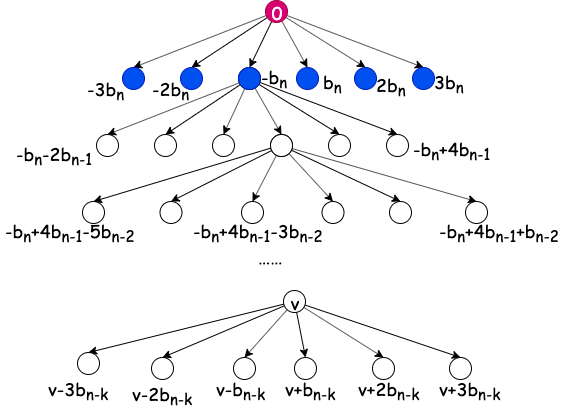
Earlier version of the draw.io export BKZ-intro-ppt/files/BKZ-Searching-Tree.png (yczhangsjtu/Report-BKZ-algorithm). Source tidied: cells renumbered, new cells last; positions are measured from the earlier drawing's top-left corner, leaving out a move shared by most shapes.
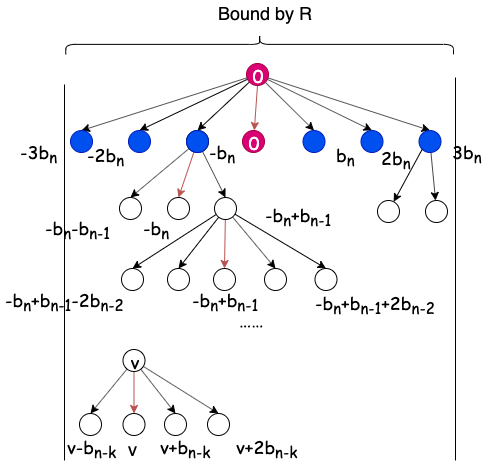
Later version of the same file.

Diff of the diagram source:
```diff
@@ -22,80 +22,61 @@
     <mxCell id="7" style="edgeStyle=none;rounded=0;jettySize=auto;html=1;fontFamily=Comic Sans MS;fontSize=18;entryX=0.5;entryY=0;entryDx=0;entryDy=0;" parent="1" edge="1" source="8" target="14">
       <mxGeometry relative="1" as="geometry" />
     </mxCell>
+    <mxCell id="72" style="rounded=0;jettySize=auto;html=1;exitX=0.5;exitY=1;exitDx=0;exitDy=0;fontSize=18;fillColor=#f8cecc;strokeColor=#b85450;" parent="1" edge="1" source="8" target="76">
+      <mxGeometry relative="1" as="geometry" />
+    </mxCell>
     <mxCell id="8" value="0" style="ellipse;whiteSpace=wrap;html=1;fillColor=#d80073;fontFamily=Comic Sans MS;fontSize=18;strokeColor=#A50040;fontColor=#ffffff;" parent="1" vertex="1">
       <mxGeometry x="265" width="22" height="22" as="geometry" />
     </mxCell>
     <mxCell id="9" style="ellipse;whiteSpace=wrap;html=1;fillColor=#0050ef;fontFamily=Comic Sans MS;fontSize=18;strokeColor=#001DBC;fontColor=#ffffff;" parent="1" vertex="1">
-      <mxGeometry x="122" y="67" width="22" height="22" as="geometry" />
+      <mxGeometry x="89" y="67" width="22" height="22" as="geometry" />
     </mxCell>
     <mxCell id="10" style="ellipse;whiteSpace=wrap;html=1;fillColor=#0050ef;fontFamily=Comic Sans MS;fontSize=18;strokeColor=#001DBC;fontColor=#ffffff;" parent="1" vertex="1">
-      <mxGeometry x="180" y="67" width="22" height="22" as="geometry" />
+      <mxGeometry x="147" y="67" width="22" height="22" as="geometry" />
     </mxCell>
     <mxCell id="11" style="ellipse;whiteSpace=wrap;html=1;fillColor=#ffffff;fontFamily=Comic Sans MS;fontSize=18;" parent="1" vertex="1">
-      <mxGeometry x="238" y="67" width="22" height="22" as="geometry" />
+      <mxGeometry x="205" y="67" width="22" height="22" as="geometry" />
     </mxCell>
     <mxCell id="12" style="ellipse;whiteSpace=wrap;html=1;fillColor=#0050ef;fontFamily=Comic Sans MS;fontSize=18;strokeColor=#001DBC;fontColor=#ffffff;" parent="1" vertex="1">
-      <mxGeometry x="296" y="67" width="22" height="22" as="geometry" />
+      <mxGeometry x="321.5" y="67" width="22" height="22" as="geometry" />
     </mxCell>
     <mxCell id="13" style="ellipse;whiteSpace=wrap;html=1;fillColor=#0050ef;fontFamily=Comic Sans MS;fontSize=18;strokeColor=#001DBC;fontColor=#ffffff;" parent="1" vertex="1">
-      <mxGeometry x="354" y="67" width="22" height="22" as="geometry" />
+      <mxGeometry x="379.5" y="67" width="22" height="22" as="geometry" />
     </mxCell>
+    <mxCell id="73" style="edgeStyle=none;rounded=0;jettySize=auto;html=1;fontSize=18;exitX=0;exitY=1;exitDx=0;exitDy=0;" parent="1" edge="1" source="14" target="80">
+      <mxGeometry relative="1" as="geometry" />
+    </mxCell>
+    <mxCell id="74" style="edgeStyle=none;rounded=0;jettySize=auto;html=1;fontSize=18;" parent="1" edge="1" source="14" target="81">
+      <mxGeometry relative="1" as="geometry" />
+    </mxCell>
     <mxCell id="14" style="ellipse;whiteSpace=wrap;html=1;fillColor=#0050ef;fontFamily=Comic Sans MS;fontSize=18;strokeColor=#001DBC;fontColor=#ffffff;" parent="1" vertex="1">
-      <mxGeometry x="412" y="67" width="22" height="22" as="geometry" />
+      <mxGeometry x="437.5" y="67" width="22" height="22" as="geometry" />
     </mxCell>
-    <mxCell id="15" style="rounded=0;jettySize=auto;html=1;entryX=0.5;entryY=0;entryDx=0;entryDy=0;fontFamily=Comic Sans MS;fontSize=18;" parent="1" edge="1" target="22">
-      <mxGeometry relative="1" as="geometry">
-        <mxPoint x="250" y="78" as="sourcePoint" />
-      </mxGeometry>
-    </mxCell>
     <mxCell id="16" style="edgeStyle=none;rounded=0;jettySize=auto;html=1;fontFamily=Comic Sans MS;fontSize=18;entryX=0.5;entryY=0;entryDx=0;entryDy=0;" parent="1" edge="1" source="21" target="23">
       <mxGeometry relative="1" as="geometry" />
     </mxCell>
-    <mxCell id="17" style="edgeStyle=none;rounded=0;jettySize=auto;html=1;fontFamily=Comic Sans MS;fontSize=18;entryX=0.5;entryY=0;entryDx=0;entryDy=0;" parent="1" edge="1" source="21" target="24">
+    <mxCell id="17" style="edgeStyle=none;rounded=0;jettySize=auto;html=1;fontFamily=Comic Sans MS;fontSize=18;entryX=0.5;entryY=0;entryDx=0;entryDy=0;fillColor=#f8cecc;strokeColor=#b85450;" parent="1" edge="1" source="21" target="24">
       <mxGeometry relative="1" as="geometry" />
     </mxCell>
-    <mxCell id="18" style="edgeStyle=none;rounded=0;jettySize=auto;html=1;fontFamily=Comic Sans MS;fontSize=18;entryX=0.5;entryY=0;entryDx=0;entryDy=0;" parent="1" edge="1" source="21" target="25">
+    <mxCell id="18" style="edgeStyle=none;rounded=0;jettySize=auto;html=1;fontFamily=Comic Sans MS;fontSize=18;entryX=0.5;entryY=0;entryDx=0;entryDy=0;" parent="1" edge="1" source="21" target="34">
       <mxGeometry relative="1" as="geometry" />
     </mxCell>
-    <mxCell id="19" style="edgeStyle=none;rounded=0;jettySize=auto;html=1;fontFamily=Comic Sans MS;fontSize=18;entryX=0.5;entryY=0;entryDx=0;entryDy=0;" parent="1" edge="1" source="21" target="26">
-      <mxGeometry relative="1" as="geometry" />
-    </mxCell>
-    <mxCell id="20" style="edgeStyle=none;rounded=0;jettySize=auto;html=1;fontFamily=Comic Sans MS;fontSize=18;entryX=0.5;entryY=0;entryDx=0;entryDy=0;" parent="1" edge="1" source="21" target="27">
-      <mxGeometry relative="1" as="geometry" />
-    </mxCell>
     <mxCell id="21" style="ellipse;whiteSpace=wrap;html=1;fillColor=#0050ef;fontFamily=Comic Sans MS;fontSize=18;strokeColor=#001DBC;fontColor=#ffffff;" parent="1" vertex="1">
-      <mxGeometry x="238" y="67" width="22" height="22" as="geometry" />
+      <mxGeometry x="205" y="67" width="22" height="22" as="geometry" />
     </mxCell>
-    <mxCell id="22" style="ellipse;whiteSpace=wrap;html=1;fillColor=#ffffff;fontFamily=Comic Sans MS;fontSize=18;" parent="1" vertex="1">
-      <mxGeometry x="96" y="134" width="22" height="22" as="geometry" />
-    </mxCell>
     <mxCell id="23" style="ellipse;whiteSpace=wrap;html=1;fillColor=#ffffff;fontFamily=Comic Sans MS;fontSize=18;" parent="1" vertex="1">
-      <mxGeometry x="154" y="134" width="22" height="22" as="geometry" />
+      <mxGeometry x="138" y="134" width="22" height="22" as="geometry" />
     </mxCell>
     <mxCell id="24" style="ellipse;whiteSpace=wrap;html=1;fillColor=#ffffff;fontFamily=Comic Sans MS;fontSize=18;" parent="1" vertex="1">
-      <mxGeometry x="212" y="134" width="22" height="22" as="geometry" />
+      <mxGeometry x="186" y="134" width="22" height="22" as="geometry" />
     </mxCell>
-    <mxCell id="25" style="ellipse;whiteSpace=wrap;html=1;fillColor=#ffffff;fontFamily=Comic Sans MS;fontSize=18;" parent="1" vertex="1">
-      <mxGeometry x="270" y="134" width="22" height="22" as="geometry" />
-    </mxCell>
-    <mxCell id="26" style="ellipse;whiteSpace=wrap;html=1;fillColor=#ffffff;fontFamily=Comic Sans MS;fontSize=18;" parent="1" vertex="1">
-      <mxGeometry x="328" y="134" width="22" height="22" as="geometry" />
-    </mxCell>
-    <mxCell id="27" style="ellipse;whiteSpace=wrap;html=1;fillColor=#ffffff;fontFamily=Comic Sans MS;fontSize=18;" parent="1" vertex="1">
-      <mxGeometry x="386" y="134" width="22" height="22" as="geometry" />
-    </mxCell>
-    <mxCell id="28" style="rounded=0;jettySize=auto;html=1;entryX=0.5;entryY=0;entryDx=0;entryDy=0;fontFamily=Comic Sans MS;fontSize=18;" parent="1" edge="1" target="35">
-      <mxGeometry relative="1" as="geometry">
-        <mxPoint x="279" y="145" as="sourcePoint" />
-      </mxGeometry>
+    <mxCell id="28" style="rounded=0;jettySize=auto;html=1;entryX=0.5;entryY=0;entryDx=0;entryDy=0;fontFamily=Comic Sans MS;fontSize=18;" parent="1" edge="1" source="34" target="35">
+      <mxGeometry relative="1" as="geometry" />
     </mxCell>
     <mxCell id="29" style="edgeStyle=none;rounded=0;jettySize=auto;html=1;fontFamily=Comic Sans MS;fontSize=18;entryX=0.5;entryY=0;entryDx=0;entryDy=0;" parent="1" edge="1" source="34" target="36">
       <mxGeometry relative="1" as="geometry" />
     </mxCell>
-    <mxCell id="30" style="edgeStyle=none;rounded=0;jettySize=auto;html=1;fontFamily=Comic Sans MS;fontSize=18;entryX=0.5;entryY=0;entryDx=0;entryDy=0;" parent="1" edge="1" source="34" target="37">
-      <mxGeometry relative="1" as="geometry" />
-    </mxCell>
-    <mxCell id="31" style="edgeStyle=none;rounded=0;jettySize=auto;html=1;fontFamily=Comic Sans MS;fontSize=18;entryX=0.5;entryY=0;entryDx=0;entryDy=0;" parent="1" edge="1" source="34" target="38">
+    <mxCell id="31" style="edgeStyle=none;rounded=0;jettySize=auto;html=1;fontFamily=Comic Sans MS;fontSize=18;entryX=0.5;entryY=0;entryDx=0;entryDy=0;fillColor=#f8cecc;strokeColor=#b85450;" parent="1" edge="1" source="34" target="38">
       <mxGeometry relative="1" as="geometry" />
     </mxCell>
     <mxCell id="32" style="edgeStyle=none;rounded=0;jettySize=auto;html=1;fontFamily=Comic Sans MS;fontSize=18;entryX=0.5;entryY=0;entryDx=0;entryDy=0;" parent="1" edge="1" source="34" target="39">
@@ -105,37 +86,26 @@
       <mxGeometry relative="1" as="geometry" />
     </mxCell>
     <mxCell id="34" style="ellipse;whiteSpace=wrap;html=1;fillColor=#ffffff;fontFamily=Comic Sans MS;fontSize=18;" parent="1" vertex="1">
-      <mxGeometry x="270" y="134" width="22" height="22" as="geometry" />
+      <mxGeometry x="233" y="134" width="22" height="22" as="geometry" />
     </mxCell>
     <mxCell id="35" style="ellipse;whiteSpace=wrap;html=1;fillColor=#ffffff;fontFamily=Comic Sans MS;fontSize=18;" parent="1" vertex="1">
-      <mxGeometry x="82" y="201" width="22" height="22" as="geometry" />
+      <mxGeometry x="140" y="205" width="22" height="22" as="geometry" />
     </mxCell>
     <mxCell id="36" style="ellipse;whiteSpace=wrap;html=1;fillColor=#ffffff;fontFamily=Comic Sans MS;fontSize=18;" parent="1" vertex="1">
-      <mxGeometry x="159.5" y="201" width="22" height="22" as="geometry" />
+      <mxGeometry x="186" y="205" width="22" height="22" as="geometry" />
     </mxCell>
-    <mxCell id="37" style="ellipse;whiteSpace=wrap;html=1;fillColor=#ffffff;fontFamily=Comic Sans MS;fontSize=18;" parent="1" vertex="1">
-      <mxGeometry x="241" y="201" width="22" height="22" as="geometry" />
-    </mxCell>
     <mxCell id="38" style="ellipse;whiteSpace=wrap;html=1;fillColor=#ffffff;fontFamily=Comic Sans MS;fontSize=18;" parent="1" vertex="1">
-      <mxGeometry x="321.5" y="201" width="22" height="22" as="geometry" />
+      <mxGeometry x="232" y="205" width="22" height="22" as="geometry" />
     </mxCell>
     <mxCell id="39" style="ellipse;whiteSpace=wrap;html=1;fillColor=#ffffff;fontFamily=Comic Sans MS;fontSize=18;" parent="1" vertex="1">
-      <mxGeometry x="389" y="201" width="22" height="22" as="geometry" />
+      <mxGeometry x="283" y="205" width="22" height="22" as="geometry" />
     </mxCell>
     <mxCell id="40" style="ellipse;whiteSpace=wrap;html=1;fillColor=#ffffff;fontFamily=Comic Sans MS;fontSize=18;" parent="1" vertex="1">
-      <mxGeometry x="465" y="201" width="22" height="22" as="geometry" />
+      <mxGeometry x="333.5" y="205" width="22" height="22" as="geometry" />
     </mxCell>
     <mxCell id="41" value="……" style="text;html=1;align=center;verticalAlign=middle;fontSize=18;fontFamily=Comic Sans MS;" parent="1" vertex="1">
       <mxGeometry x="253" y="242" width="34" height="26" as="geometry" />
     </mxCell>
-    <mxCell id="42" style="rounded=0;jettySize=auto;html=1;entryX=0.5;entryY=0;entryDx=0;entryDy=0;fontFamily=Comic Sans MS;fontSize=18;" parent="1" edge="1" target="49">
-      <mxGeometry relative="1" as="geometry">
-        <mxPoint x="294" y="301" as="sourcePoint" />
-      </mxGeometry>
-    </mxCell>
-    <mxCell id="43" style="edgeStyle=none;rounded=0;jettySize=auto;html=1;fontFamily=Comic Sans MS;fontSize=18;entryX=0.5;entryY=0;entryDx=0;entryDy=0;" parent="1" edge="1" source="48" target="50">
-      <mxGeometry relative="1" as="geometry" />
-    </mxCell>
     <mxCell id="44" style="edgeStyle=none;rounded=0;jettySize=auto;html=1;fontFamily=Comic Sans MS;fontSize=18;entryX=0.5;entryY=0;entryDx=0;entryDy=0;" parent="1" edge="1" source="48" target="51">
       <mxGeometry relative="1" as="geometry" />
     </mxCell>
@@ -145,80 +115,98 @@
     <mxCell id="46" style="edgeStyle=none;rounded=0;jettySize=auto;html=1;fontFamily=Comic Sans MS;fontSize=18;entryX=0.5;entryY=0;entryDx=0;entryDy=0;" parent="1" edge="1" source="48" target="53">
       <mxGeometry relative="1" as="geometry" />
     </mxCell>
-    <mxCell id="47" style="edgeStyle=none;rounded=0;jettySize=auto;html=1;fontFamily=Comic Sans MS;fontSize=18;entryX=0.5;entryY=0;entryDx=0;entryDy=0;" parent="1" edge="1" source="48" target="54">
-      <mxGeometry relative="1" as="geometry" />
-    </mxCell>
+    <mxCell id="75" style="edgeStyle=none;rounded=0;jettySize=auto;html=1;fontSize=18;fillColor=#f8cecc;strokeColor=#b85450;" parent="1" edge="1" source="48" target="77">
+      <mxGeometry relative="1" as="geometry" />
+    </mxCell>
     <mxCell id="48" value="v" style="ellipse;whiteSpace=wrap;html=1;fillColor=#ffffff;fontFamily=Comic Sans MS;fontSize=18;" parent="1" vertex="1">
-      <mxGeometry x="283" y="290" width="22" height="22" as="geometry" />
+      <mxGeometry x="141.5" y="286" width="22" height="22" as="geometry" />
     </mxCell>
-    <mxCell id="49" style="ellipse;whiteSpace=wrap;html=1;fillColor=#ffffff;fontFamily=Comic Sans MS;fontSize=18;" parent="1" vertex="1">
-      <mxGeometry x="77" y="352" width="22" height="22" as="geometry" />
-    </mxCell>
-    <mxCell id="50" style="ellipse;whiteSpace=wrap;html=1;fillColor=#ffffff;fontFamily=Comic Sans MS;fontSize=18;" parent="1" vertex="1">
-      <mxGeometry x="151" y="357" width="22" height="22" as="geometry" />
-    </mxCell>
     <mxCell id="51" style="ellipse;whiteSpace=wrap;html=1;fillColor=#ffffff;fontFamily=Comic Sans MS;fontSize=18;" parent="1" vertex="1">
-      <mxGeometry x="233" y="357" width="22" height="22" as="geometry" />
+      <mxGeometry x="98" y="350" width="22" height="22" as="geometry" />
     </mxCell>
     <mxCell id="52" style="ellipse;whiteSpace=wrap;html=1;fillColor=#ffffff;fontFamily=Comic Sans MS;fontSize=18;" parent="1" vertex="1">
-      <mxGeometry x="294" y="357" width="22" height="22" as="geometry" />
+      <mxGeometry x="183" y="350" width="22" height="22" as="geometry" />
     </mxCell>
     <mxCell id="53" style="ellipse;whiteSpace=wrap;html=1;fillColor=#ffffff;fontFamily=Comic Sans MS;fontSize=18;" parent="1" vertex="1">
-      <mxGeometry x="372" y="357" width="22" height="22" as="geometry" />
+      <mxGeometry x="226" y="350" width="22" height="22" as="geometry" />
     </mxCell>
-    <mxCell id="54" style="ellipse;whiteSpace=wrap;html=1;fillColor=#ffffff;fontFamily=Comic Sans MS;fontSize=18;" parent="1" vertex="1">
-      <mxGeometry x="449" y="357" width="22" height="22" as="geometry" />
-    </mxCell>
     <mxCell id="55" value="b&lt;sub&gt;n&lt;/sub&gt;" style="text;html=1;align=center;verticalAlign=middle;fontSize=18;fontFamily=Comic Sans MS;" parent="1" vertex="1">
-      <mxGeometry x="318" y="67" width="29" height="32" as="geometry" />
+      <mxGeometry x="350" y="77" width="29" height="32" as="geometry" />
     </mxCell>
     <mxCell id="56" value="2b&lt;sub&gt;n&lt;/sub&gt;" style="text;html=1;align=center;verticalAlign=middle;fontSize=18;fontFamily=Comic Sans MS;" parent="1" vertex="1">
-      <mxGeometry x="371" y="70" width="40" height="32" as="geometry" />
+      <mxGeometry x="394.5" y="80" width="40" height="32" as="geometry" />
     </mxCell>
     <mxCell id="57" value="3b&lt;sub&gt;n&lt;/sub&gt;" style="text;html=1;align=center;verticalAlign=middle;fontSize=18;fontFamily=Comic Sans MS;" parent="1" vertex="1">
-      <mxGeometry x="429" y="67" width="40" height="32" as="geometry" />
+      <mxGeometry x="466" y="74" width="40" height="32" as="geometry" />
     </mxCell>
-    <mxCell id="58" value="-b&lt;sub&gt;n&lt;/sub&gt;" style="text;html=1;align=center;verticalAlign=middle;fontSize=18;fontFamily=Comic Sans MS;" parent="1" vertex="1">
-      <mxGeometry x="256" y="62" width="36" height="32" as="geometry" />
-    </mxCell>
     <mxCell id="59" value="-2b&lt;sub&gt;n&lt;/sub&gt;" style="text;html=1;align=center;verticalAlign=middle;fontSize=18;fontFamily=Comic Sans MS;" parent="1" vertex="1">
-      <mxGeometry x="147" y="74" width="47" height="32" as="geometry" />
+      <mxGeometry x="101" y="77" width="47" height="32" as="geometry" />
     </mxCell>
     <mxCell id="60" value="-3b&lt;sub&gt;n&lt;/sub&gt;" style="text;html=1;align=center;verticalAlign=middle;fontSize=18;fontFamily=Comic Sans MS;" parent="1" vertex="1">
-      <mxGeometry x="82" y="74" width="47" height="32" as="geometry" />
+      <mxGeometry x="34" y="74" width="47" height="32" as="geometry" />
     </mxCell>
-    <mxCell id="61" value="-b&lt;sub&gt;n&lt;/sub&gt;+4b&lt;sub&gt;n-1&lt;/sub&gt;" style="text;html=1;align=center;verticalAlign=middle;fontSize=18;fontFamily=Comic Sans MS;" parent="1" vertex="1">
-      <mxGeometry x="408" y="134" width="87" height="32" as="geometry" />
+    <mxCell id="61" value="-b&lt;sub&gt;n&lt;/sub&gt;+b&lt;sub&gt;n-1&lt;/sub&gt;" style="text;html=1;align=center;verticalAlign=middle;fontSize=18;fontFamily=Comic Sans MS;" parent="1" vertex="1">
+      <mxGeometry x="279" y="137" width="76" height="32" as="geometry" />
     </mxCell>
-    <mxCell id="62" value="-b&lt;sub&gt;n&lt;/sub&gt;-2b&lt;sub&gt;n-1&lt;/sub&gt;" style="text;html=1;align=center;verticalAlign=middle;fontSize=18;fontFamily=Comic Sans MS;" parent="1" vertex="1">
-      <mxGeometry x="11" y="139" width="86" height="32" as="geometry" />
+    <mxCell id="62" value="-b&lt;sub&gt;n&lt;/sub&gt;-b&lt;sub&gt;n-1&lt;/sub&gt;" style="text;html=1;align=center;verticalAlign=middle;fontSize=18;fontFamily=Comic Sans MS;" parent="1" vertex="1">
+      <mxGeometry x="59" y="150" width="75" height="32" as="geometry" />
     </mxCell>
-    <mxCell id="63" value="-b&lt;sub&gt;n&lt;/sub&gt;+4b&lt;sub&gt;n-1&lt;/sub&gt;+b&lt;sub&gt;n-2&lt;/sub&gt;" style="text;html=1;align=center;verticalAlign=middle;fontSize=18;fontFamily=Comic Sans MS;" parent="1" vertex="1">
-      <mxGeometry x="434" y="216" width="130" height="32" as="geometry" />
+    <mxCell id="63" value="-b&lt;sub&gt;n&lt;/sub&gt;+b&lt;sub&gt;n-1&lt;/sub&gt;+2b&lt;sub&gt;n-2&lt;/sub&gt;" style="text;html=1;align=center;verticalAlign=middle;fontSize=18;fontFamily=Comic Sans MS;" parent="1" vertex="1">
+      <mxGeometry x="328.5" y="225" width="130" height="32" as="geometry" />
     </mxCell>
-    <mxCell id="64" value="-b&lt;sub&gt;n&lt;/sub&gt;+4b&lt;sub&gt;n-1&lt;/sub&gt;-3b&lt;sub&gt;n-2&lt;/sub&gt;" style="text;html=1;align=center;verticalAlign=middle;fontSize=18;fontFamily=Comic Sans MS;" parent="1" vertex="1">
-      <mxGeometry x="188" y="216" width="140" height="32" as="geometry" />
+    <mxCell id="64" value="-b&lt;sub&gt;n&lt;/sub&gt;+b&lt;sub&gt;n-1&lt;/sub&gt;" style="text;html=1;align=center;verticalAlign=middle;fontSize=18;fontFamily=Comic Sans MS;" parent="1" vertex="1">
+      <mxGeometry x="206" y="222" width="76" height="32" as="geometry" />
     </mxCell>
-    <mxCell id="65" value="-b&lt;sub&gt;n&lt;/sub&gt;+4b&lt;sub&gt;n-1&lt;/sub&gt;-5b&lt;sub&gt;n-2&lt;/sub&gt;" style="text;html=1;align=center;verticalAlign=middle;fontSize=18;fontFamily=Comic Sans MS;" parent="1" vertex="1">
-      <mxGeometry y="216" width="140" height="32" as="geometry" />
+    <mxCell id="65" value="-b&lt;sub&gt;n&lt;/sub&gt;+b&lt;sub&gt;n-1&lt;/sub&gt;-2b&lt;sub&gt;n-2&lt;/sub&gt;" style="text;html=1;align=center;verticalAlign=middle;fontSize=18;fontFamily=Comic Sans MS;" parent="1" vertex="1">
+      <mxGeometry x="19" y="222" width="129" height="32" as="geometry" />
     </mxCell>
-    <mxCell id="66" value="v+3b&lt;sub&gt;n-k&lt;/sub&gt;" style="text;html=1;align=center;verticalAlign=middle;fontSize=18;fontFamily=Comic Sans MS;" parent="1" vertex="1">
-      <mxGeometry x="434" y="374" width="71" height="32" as="geometry" />
-    </mxCell>
     <mxCell id="67" value="v+2b&lt;sub&gt;n-k&lt;/sub&gt;" style="text;html=1;align=center;verticalAlign=middle;fontSize=18;fontFamily=Comic Sans MS;" parent="1" vertex="1">
-      <mxGeometry x="352.5" y="374" width="71" height="32" as="geometry" />
+      <mxGeometry x="250" y="369" width="71" height="32" as="geometry" />
     </mxCell>
     <mxCell id="68" value="v+b&lt;sub&gt;n-k&lt;/sub&gt;" style="text;html=1;align=center;verticalAlign=middle;fontSize=18;fontFamily=Comic Sans MS;" parent="1" vertex="1">
-      <mxGeometry x="280" y="374" width="60" height="32" as="geometry" />
+      <mxGeometry x="174" y="369" width="60" height="32" as="geometry" />
     </mxCell>
     <mxCell id="69" value="v-b&lt;sub&gt;n-k&lt;/sub&gt;" style="text;html=1;align=center;verticalAlign=middle;fontSize=18;fontFamily=Comic Sans MS;" parent="1" vertex="1">
-      <mxGeometry x="211" y="374" width="59" height="32" as="geometry" />
+      <mxGeometry x="81" y="369" width="59" height="32" as="geometry" />
     </mxCell>
-    <mxCell id="70" value="v-2b&lt;sub&gt;n-k&lt;/sub&gt;" style="text;html=1;align=center;verticalAlign=middle;fontSize=18;fontFamily=Comic Sans MS;" parent="1" vertex="1">
-      <mxGeometry x="127" y="379" width="70" height="32" as="geometry" />
-    </mxCell>
-    <mxCell id="71" value="v-3b&lt;sub&gt;n-k&lt;/sub&gt;" style="text;html=1;align=center;verticalAlign=middle;fontSize=18;fontFamily=Comic Sans MS;" parent="1" vertex="1">
-      <mxGeometry x="43" y="374" width="70" height="32" as="geometry" />
-    </mxCell>
+    <mxCell id="58" value="-b&lt;sub&gt;n&lt;/sub&gt;" style="text;html=1;align=center;verticalAlign=middle;fontSize=18;fontFamily=Comic Sans MS;" parent="1" vertex="1">
+      <mxGeometry x="223" y="74" width="36" height="32" as="geometry" />
+    </mxCell>
+    <mxCell id="76" value="0" style="ellipse;whiteSpace=wrap;html=1;fillColor=#d80073;fontFamily=Comic Sans MS;fontSize=18;strokeColor=#A50040;fontColor=#ffffff;" parent="1" vertex="1">
+      <mxGeometry x="261" y="67" width="22" height="22" as="geometry" />
+    </mxCell>
+    <mxCell id="77" style="ellipse;whiteSpace=wrap;html=1;fillColor=#ffffff;fontFamily=Comic Sans MS;fontSize=18;" parent="1" vertex="1">
+      <mxGeometry x="141.5" y="350" width="22" height="22" as="geometry" />
+    </mxCell>
+    <mxCell id="78" value="v" style="text;html=1;align=center;verticalAlign=middle;fontSize=18;" parent="1" vertex="1">
+      <mxGeometry x="142" y="372" width="19" height="26" as="geometry" />
+    </mxCell>
+    <mxCell id="79" value="-b&lt;sub&gt;n&lt;/sub&gt;" style="text;html=1;align=center;verticalAlign=middle;fontSize=18;fontFamily=Comic Sans MS;" parent="1" vertex="1">
+      <mxGeometry x="157" y="150" width="36" height="32" as="geometry" />
+    </mxCell>
+    <mxCell id="80" style="ellipse;whiteSpace=wrap;html=1;fillColor=#ffffff;fontFamily=Comic Sans MS;fontSize=18;" parent="1" vertex="1">
+      <mxGeometry x="396" y="137" width="22" height="22" as="geometry" />
+    </mxCell>
+    <mxCell id="81" style="ellipse;whiteSpace=wrap;html=1;fillColor=#ffffff;fontFamily=Comic Sans MS;fontSize=18;" parent="1" vertex="1">
+      <mxGeometry x="444" y="137" width="22" height="22" as="geometry" />
+    </mxCell>
+    <mxCell id="82" style="endArrow=none;html=1;fontSize=18;" parent="1" edge="1">
+      <mxGeometry relative="1" as="geometry">
+        <mxPoint x="83" y="397" as="sourcePoint" />
+        <mxPoint x="83" y="21" as="targetPoint" />
+      </mxGeometry>
+    </mxCell>
+    <mxCell id="83" style="endArrow=none;html=1;fontSize=18;" parent="1" edge="1">
+      <mxGeometry relative="1" as="geometry">
+        <mxPoint x="474" y="397" as="sourcePoint" />
+        <mxPoint x="474" y="14" as="targetPoint" />
+      </mxGeometry>
+    </mxCell>
+    <mxCell id="84" style="shape=curlyBracket;whiteSpace=wrap;html=1;rounded=1;fontSize=18;rotation=90;" parent="1" vertex="1">
+      <mxGeometry x="268.1" y="-213" width="20" height="387.8" as="geometry" />
+    </mxCell>
+    <mxCell id="85" value="Bound by R" style="text;html=1;align=center;verticalAlign=middle;fontSize=18;" parent="1" vertex="1">
+      <mxGeometry x="232" y="-63.4" width="104" height="26" as="geometry" />
+    </mxCell>
   </root>
 </mxGraphModel>
```
